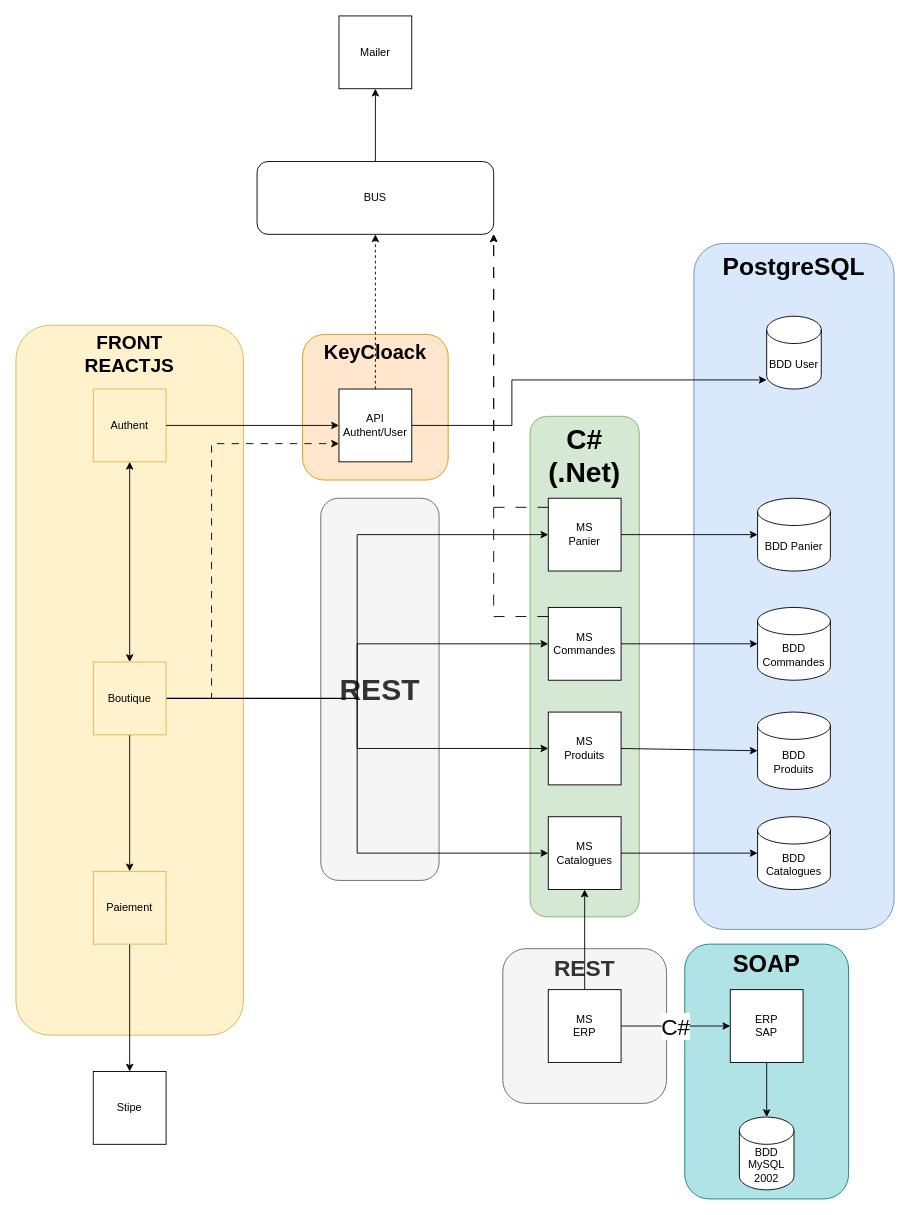
taobourmaud/BDiscount keeps this draw.io diagram as BDiscount.drawio. Above is the earlier version. Source tidied: cells renumbered, new cells numbered last; positions are measured from the earlier drawing's top-left corner, leaving out a move shared by most shapes. Both pictures are drawn from the tidied source at 91%, with x=0, y=0 at pixel (15, 15).
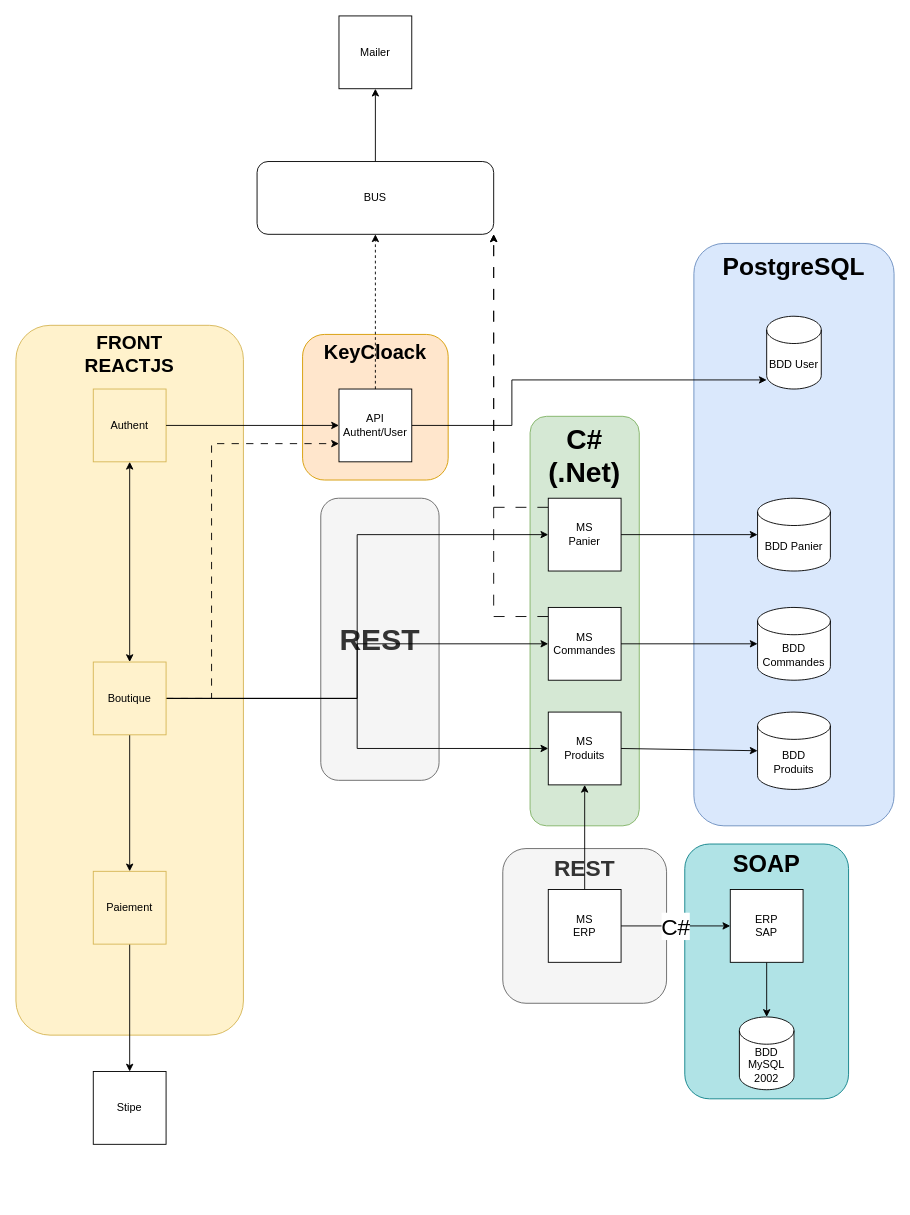
The same diagram, later.

Commit message:
Mettre à jour BDiscount.drawio

The change refers to these unchanged cells:
```xml
<mxCell id="16" value="Boutique" style="whiteSpace=wrap;html=1;fillColor=#fff2cc;strokeColor=#d6b656;" parent="1" vertex="1">
  <mxGeometry x="85" y="710" width="80" height="80" as="geometry" />
</mxCell>
<mxCell id="23" value="MS&lt;br&gt;Produits" style="whiteSpace=wrap;html=1;" parent="1" vertex="1">
  <mxGeometry x="585" y="765" width="80" height="80" as="geometry" />
</mxCell>
```

Diff of the diagram source:
```diff
@@
     <mxCell id="2" value="&lt;b&gt;&lt;font style=&quot;font-size: 25px;&quot;&gt;REST&lt;/font&gt;&lt;/b&gt;" style="rounded=1;whiteSpace=wrap;html=1;verticalAlign=top;fillColor=#f5f5f5;fontColor=#333333;strokeColor=#666666;" parent="1" vertex="1">
-      <mxGeometry x="535" y="1025" width="180" height="170" as="geometry" />
+      <mxGeometry x="535" y="915" width="180" height="170" as="geometry" />
     </mxCell>
     <mxCell id="3" value="&lt;b&gt;&lt;font style=&quot;font-size: 26px;&quot;&gt;SOAP&lt;/font&gt;&lt;/b&gt;" style="rounded=1;whiteSpace=wrap;html=1;verticalAlign=top;fillColor=#b0e3e6;strokeColor=#0e8088;" parent="1" vertex="1">
-      <mxGeometry x="735" y="1020" width="180" height="280" as="geometry" />
+      <mxGeometry x="735" y="910" width="180" height="280" as="geometry" />
     </mxCell>
@@
     <mxCell id="5" value="&lt;b&gt;&lt;font style=&quot;font-size: 33px;&quot;&gt;REST&lt;/font&gt;&lt;/b&gt;" style="rounded=1;whiteSpace=wrap;html=1;fillColor=#f5f5f5;fontColor=#333333;strokeColor=#666666;" parent="1" vertex="1">
-      <mxGeometry x="335" y="530" width="130" height="420" as="geometry" />
+      <mxGeometry x="335" y="530" width="130" height="310" as="geometry" />
     </mxCell>
     <mxCell id="6" value="&lt;b&gt;&lt;font style=&quot;font-size: 31px;&quot;&gt;C#&lt;br&gt;(.Net)&lt;br&gt;&lt;/font&gt;&lt;/b&gt;" style="rounded=1;whiteSpace=wrap;html=1;verticalAlign=top;fillColor=#d5e8d4;strokeColor=#82b366;" parent="1" vertex="1">
-      <mxGeometry x="565" y="440" width="120" height="550" as="geometry" />
+      <mxGeometry x="565" y="440" width="120" height="450" as="geometry" />
     </mxCell>
     <mxCell id="7" value="&lt;p style=&quot;line-height: 120%;&quot;&gt;&lt;b&gt;&lt;font style=&quot;font-size: 27px;&quot;&gt;PostgreSQL&lt;/font&gt;&lt;/b&gt;&lt;/p&gt;" style="rounded=1;whiteSpace=wrap;html=1;rotation=0;verticalAlign=top;textDirection=ltr;labelPosition=center;verticalLabelPosition=middle;align=center;fillColor=#dae8fc;strokeColor=#6c8ebf;" parent="1" vertex="1">
-      <mxGeometry x="745" y="250" width="220" height="753.8" as="geometry" />
+      <mxGeometry x="745" y="250" width="220" height="640" as="geometry" />
     </mxCell>
@@
-    <mxCell id="14" style="edgeStyle=orthogonalEdgeStyle;rounded=0;jettySize=auto;html=1;entryX=0;entryY=0.5;entryDx=0;entryDy=0;" parent="1" edge="1" source="16" target="34">
-      <mxGeometry relative="1" as="geometry" />
-    </mxCell>
@@
-    <mxCell id="34" value="MS&lt;br&gt;Catalogues" style="whiteSpace=wrap;html=1;" parent="1" vertex="1">
-      <mxGeometry x="585" y="880" width="80" height="80" as="geometry" />
-    </mxCell>
-    <mxCell id="35" value="BDD&lt;br&gt;Catalogues" style="shape=cylinder3;whiteSpace=wrap;html=1;boundedLbl=1;backgroundOutline=1;size=15;" parent="1" vertex="1">
-      <mxGeometry x="815" y="880" width="80" height="80" as="geometry" />
-    </mxCell>
-    <mxCell id="36" style="endArrow=classic;html=1;rounded=0;entryX=0;entryY=0.5;entryDx=0;entryDy=0;entryPerimeter=0;" parent="1" edge="1" target="35">
-      <mxGeometry relative="1" as="geometry">
-        <mxPoint x="665" y="920" as="sourcePoint" />
-      </mxGeometry>
-    </mxCell>
@@
     <mxCell id="38" value="ERP&lt;br&gt;SAP" style="whiteSpace=wrap;html=1;" parent="1" vertex="1">
-      <mxGeometry x="785" y="1070" width="80" height="80" as="geometry" />
+      <mxGeometry x="785" y="960" width="80" height="80" as="geometry" />
     </mxCell>
     <mxCell id="39" value="BDD MySQL 2002" style="shape=cylinder3;whiteSpace=wrap;html=1;boundedLbl=1;backgroundOutline=1;size=15;" parent="1" vertex="1">
-      <mxGeometry x="795" y="1210" width="60" height="80" as="geometry" />
+      <mxGeometry x="795" y="1100" width="60" height="80" as="geometry" />
     </mxCell>
@@
-    <mxCell id="41" style="edgeStyle=orthogonalEdgeStyle;rounded=0;jettySize=auto;html=1;entryX=0.5;entryY=1;entryDx=0;entryDy=0;" parent="1" edge="1" source="42" target="34">
+    <mxCell id="41" style="edgeStyle=orthogonalEdgeStyle;rounded=0;jettySize=auto;html=1;" parent="1" edge="1" source="42" target="23">
       <mxGeometry relative="1" as="geometry" />
     </mxCell>
     <mxCell id="42" value="MS&lt;br&gt;ERP" style="whiteSpace=wrap;html=1;" parent="1" vertex="1">
-      <mxGeometry x="585" y="1070" width="80" height="80" as="geometry" />
+      <mxGeometry x="585" y="960" width="80" height="80" as="geometry" />
     </mxCell>
```
